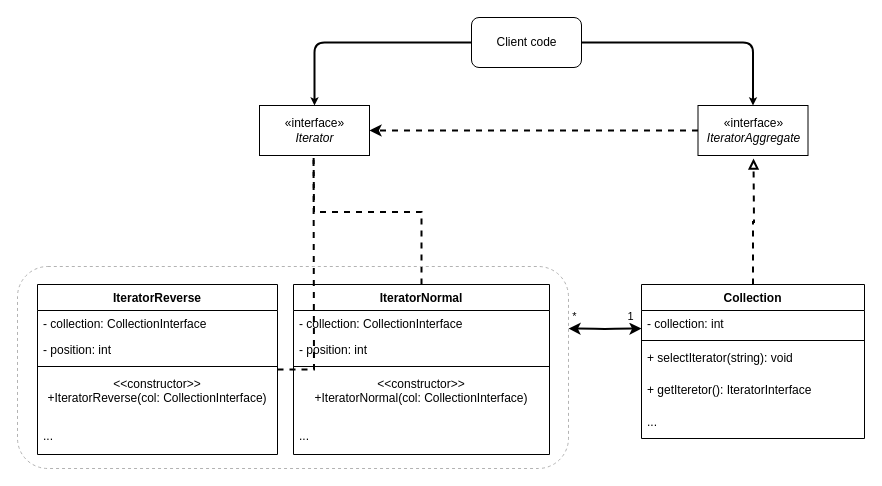
Above: Behavior/Iterator/UML Iterator.drawio in devlubinets/todo (draw.io), before the change. Source tidied: cells renumbered, new cells numbered last; positions are measured from the earlier drawing's top-left corner, leaving out a move shared by most shapes. Both pictures are drawn from the tidied source at 100%, with x=0, y=0 at pixel (17, 17).
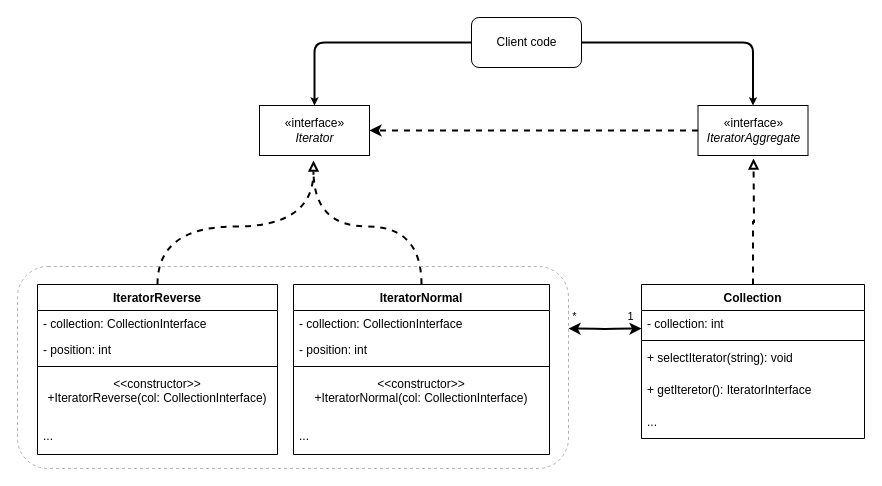
The same diagram, later.

Commit message:
Подправил UML диаграмму паттерн итератор

Unchanged cells that the change refers to:
```xml
<mxCell id="3" value="IteratorNormal" style="swimlane;fontStyle=1;align=center;verticalAlign=top;horizontal=1;startSize=26;" parent="1" vertex="1">
  <mxGeometry x="276" y="267" width="256" height="170" as="geometry" />
</mxCell>
<mxCell id="10" value="IteratorReverse" style="swimlane;fontStyle=1;align=center;verticalAlign=top;horizontal=1;startSize=26;" parent="1" vertex="1">
  <mxGeometry x="20" y="267" width="240" height="170" as="geometry" />
</mxCell>
```

What changed in the source:
```diff
@@
-    <mxCell id="2" style="edgeStyle=orthogonalEdgeStyle;rounded=0;jettySize=auto;html=1;entryX=0.5;entryY=1;entryDx=0;entryDy=0;dashed=1;strokeWidth=2;endArrow=block;endFill=0;strokeColor=#000000;" parent="1" edge="1" source="3">
+    <mxCell id="2" style="edgeStyle=orthogonalEdgeStyle;rounded=0;jettySize=auto;html=1;dashed=1;strokeWidth=2;endArrow=block;endFill=0;strokeColor=#000000;curved=1;" parent="1" edge="1" source="3">
       <mxGeometry relative="1" as="geometry">
-        <mxPoint x="296" y="121" as="targetPoint" />
+        <mxPoint x="296" y="143" as="targetPoint" />
+        <Array as="points">
+          <mxPoint x="404" y="209" />
+          <mxPoint x="296" y="209" />
+        </Array>
       </mxGeometry>
     </mxCell>
@@
-    <mxCell id="9" style="edgeStyle=orthogonalEdgeStyle;rounded=0;jettySize=auto;html=1;entryX=0.5;entryY=1;entryDx=0;entryDy=0;endArrow=block;endFill=0;dashed=1;strokeWidth=2;fillColor=#6d8764;strokeColor=#000000;" parent="1" edge="1" source="10">
+    <mxCell id="9" style="edgeStyle=orthogonalEdgeStyle;rounded=0;jettySize=auto;html=1;endArrow=none;endFill=0;dashed=1;strokeWidth=2;fillColor=#6d8764;strokeColor=#000000;curved=1;" parent="1" edge="1" source="10">
       <mxGeometry relative="1" as="geometry">
-        <mxPoint x="296" y="121" as="targetPoint" />
+        <mxPoint x="296" y="154" as="targetPoint" />
+        <Array as="points">
+          <mxPoint x="140" y="209" />
+          <mxPoint x="296" y="209" />
+        </Array>
       </mxGeometry>
     </mxCell>
```
